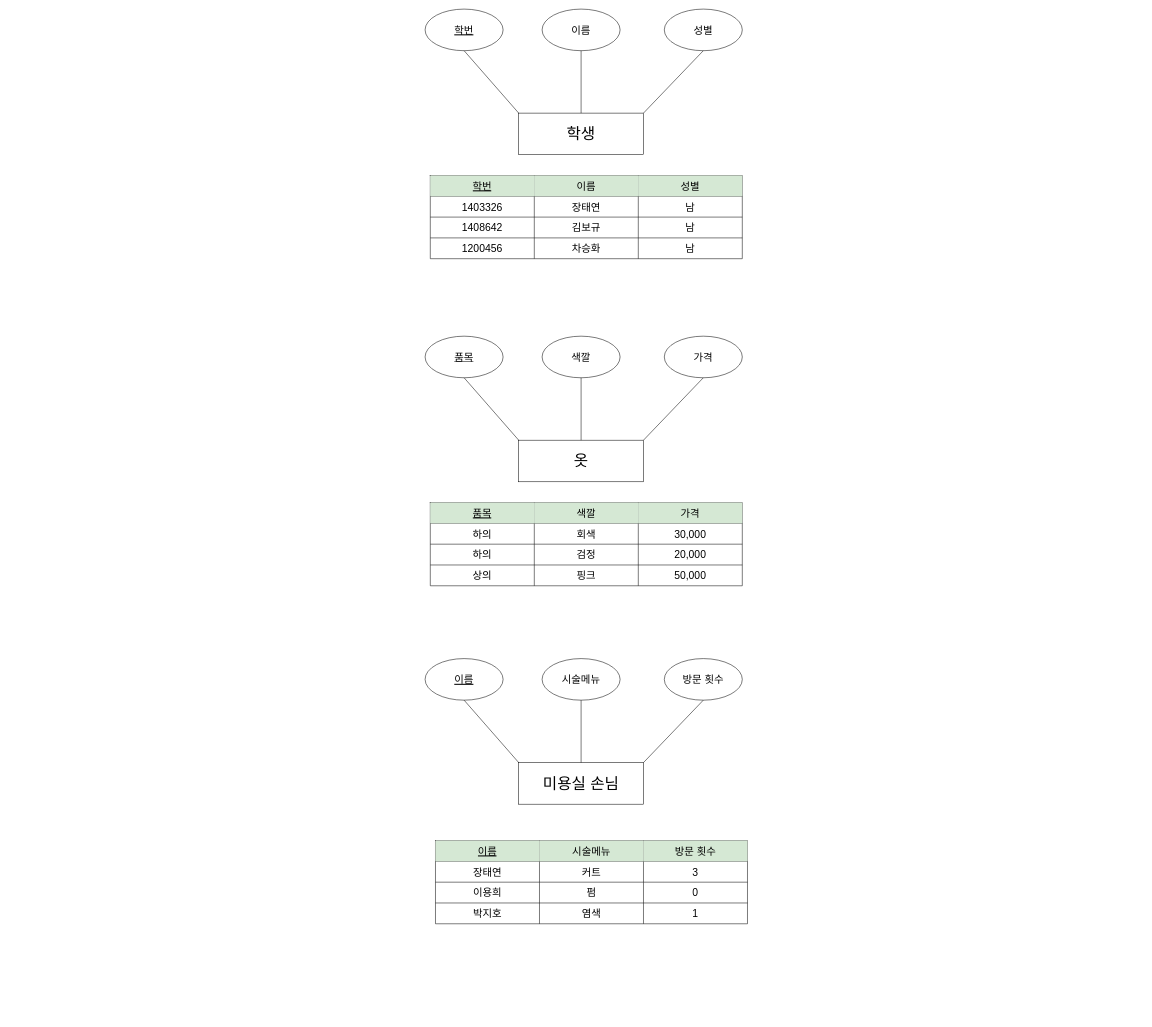
Before: 학생/장태연/태연3.drawio in DongJoonLeeDJ/AI_305_7_20220627, a draw.io diagram. Source tidied: cells renumbered, new cells numbered last; positions are measured from the earlier drawing's top-left corner, leaving out a move shared by most shapes. Both pictures are drawn from the tidied source at 52%, with x=0, y=0 at pixel (425, 9).
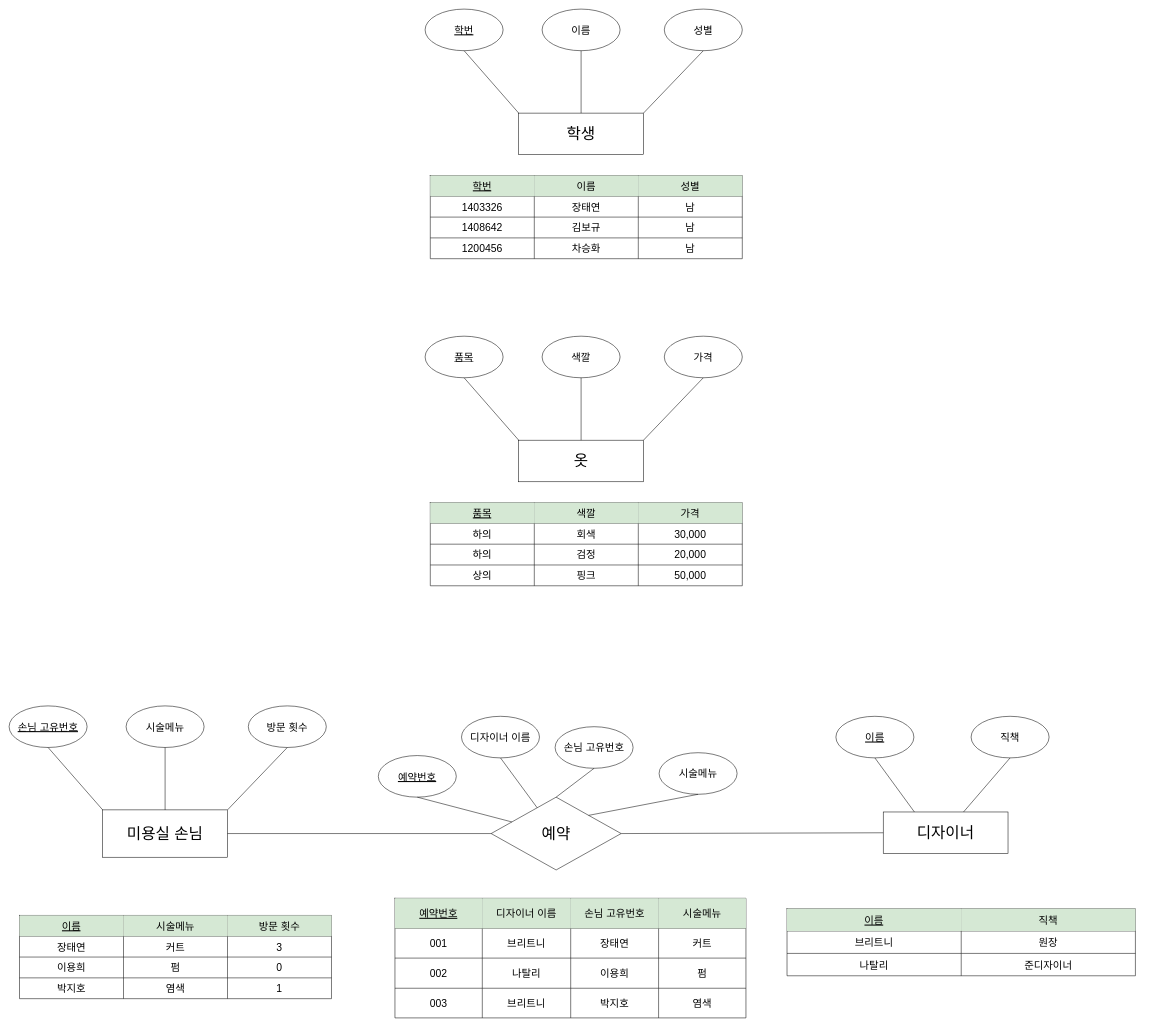
Above is the later version.

What changed in the source:
```diff
@@
     <mxCell id="50" value="&lt;font style=&quot;font-size: 30px;&quot;&gt;미용실 손님&lt;/font&gt;" style="rounded=0;whiteSpace=wrap;html=1;" parent="1" vertex="1">
-      <mxGeometry x="180" y="1449" width="240" height="80" as="geometry" />
+      <mxGeometry x="-620" y="1540" width="240" height="91" as="geometry" />
     </mxCell>
-    <mxCell id="51" value="&lt;font style=&quot;font-size: 20px;&quot;&gt;&lt;u&gt;이름&lt;/u&gt;&lt;/font&gt;" style="ellipse;whiteSpace=wrap;html=1;" parent="1" vertex="1">
-      <mxGeometry y="1249" width="150" height="80" as="geometry" />
+    <mxCell id="51" value="&lt;span style=&quot;font-size: 20px;&quot;&gt;&lt;u&gt;손님 고유번호&lt;/u&gt;&lt;/span&gt;" style="ellipse;whiteSpace=wrap;html=1;" parent="1" vertex="1">
+      <mxGeometry x="-800" y="1340" width="150" height="80" as="geometry" />
     </mxCell>
     <mxCell id="52" value="&lt;font style=&quot;font-size: 20px;&quot;&gt;시술메뉴&lt;/font&gt;" style="ellipse;whiteSpace=wrap;html=1;" parent="1" vertex="1">
-      <mxGeometry x="225" y="1249" width="150" height="80" as="geometry" />
+      <mxGeometry x="-575" y="1340" width="150" height="80" as="geometry" />
     </mxCell>
     <mxCell id="53" value="&lt;span style=&quot;font-size: 20px;&quot;&gt;방문 횟수&lt;/span&gt;" style="ellipse;whiteSpace=wrap;html=1;" parent="1" vertex="1">
-      <mxGeometry x="460" y="1249" width="150" height="80" as="geometry" />
+      <mxGeometry x="-340" y="1340" width="150" height="80" as="geometry" />
     </mxCell>
     <mxCell id="54" style="endArrow=none;html=1;rounded=0;fontSize=20;entryX=0.5;entryY=1;entryDx=0;entryDy=0;" parent="1" edge="1" target="51">
       <mxGeometry relative="1" as="geometry">
-        <mxPoint x="180" y="1449" as="sourcePoint" />
+        <mxPoint x="-620" y="1540" as="sourcePoint" />
       </mxGeometry>
     </mxCell>
     <mxCell id="55" style="endArrow=none;html=1;rounded=0;fontSize=20;entryX=0.5;entryY=1;entryDx=0;entryDy=0;exitX=0.5;exitY=0;exitDx=0;exitDy=0;" parent="1" edge="1" source="50">
       <mxGeometry relative="1" as="geometry">
-        <mxPoint x="300" y="1329" as="targetPoint" />
+        <mxPoint x="-500" y="1420" as="targetPoint" />
       </mxGeometry>
     </mxCell>
@@
     <mxCell id="57" style="shape=table;startSize=0;childLayout=tableLayout;fontSize=20;" parent="1" vertex="1">
-      <mxGeometry x="20" y="1599" width="600" height="160" as="geometry" />
+      <mxGeometry x="-780" y="1743" width="600" height="160" as="geometry" />
     </mxCell>
@@
+    <mxCell id="74" value="&lt;span style=&quot;font-size: 30px;&quot;&gt;디자이너&lt;/span&gt;" style="rounded=0;whiteSpace=wrap;html=1;" parent="1" vertex="1">
+      <mxGeometry x="881" y="1544" width="240" height="80" as="geometry" />
+    </mxCell>
+    <mxCell id="75" value="&lt;font style=&quot;font-size: 20px;&quot;&gt;&lt;u&gt;이름&lt;/u&gt;&lt;/font&gt;" style="ellipse;whiteSpace=wrap;html=1;" parent="1" vertex="1">
+      <mxGeometry x="790" y="1360" width="150" height="80" as="geometry" />
+    </mxCell>
+    <mxCell id="76" value="&lt;font style=&quot;font-size: 30px;&quot;&gt;예약&lt;/font&gt;" style="rhombus;whiteSpace=wrap;html=1;align=center;" parent="1" vertex="1">
+      <mxGeometry x="127" y="1515.5" width="250" height="140" as="geometry" />
+    </mxCell>
+    <mxCell id="77" style="endArrow=none;html=1;rounded=0;fontSize=30;entryX=0;entryY=0.5;entryDx=0;entryDy=0;exitX=1;exitY=0.5;exitDx=0;exitDy=0;" parent="1" edge="1" source="76" target="74">
+      <mxGeometry relative="1" as="geometry" />
+    </mxCell>
+    <mxCell id="78" value="&lt;font style=&quot;font-size: 20px;&quot;&gt;직책&lt;/font&gt;" style="ellipse;whiteSpace=wrap;html=1;" parent="1" vertex="1">
+      <mxGeometry x="1050" y="1360" width="150" height="80" as="geometry" />
+    </mxCell>
+    <mxCell id="79" style="endArrow=none;html=1;rounded=0;fontSize=20;strokeWidth=1;entryX=0.5;entryY=1;entryDx=0;entryDy=0;exitX=0.25;exitY=0;exitDx=0;exitDy=0;" parent="1" edge="1" source="74" target="75">
+      <mxGeometry relative="1" as="geometry" />
+    </mxCell>
+    <mxCell id="80" style="endArrow=none;html=1;rounded=0;fontSize=20;strokeWidth=1;entryX=0.5;entryY=1;entryDx=0;entryDy=0;" parent="1" edge="1" source="74" target="78">
+      <mxGeometry relative="1" as="geometry" />
+    </mxCell>
+    <mxCell id="81" style="shape=table;startSize=0;childLayout=tableLayout;fontSize=20;strokeWidth=1;" parent="1" vertex="1">
+      <mxGeometry x="696" y="1730" width="670" height="129" as="geometry" />
+    </mxCell>
+    <mxCell id="82" style="shape=tableRow;horizontal=0;startSize=0;swimlaneHead=0;swimlaneBody=0;top=0;left=0;bottom=0;right=0;fillColor=none;fontSize=20;strokeWidth=30;" parent="81" vertex="1">
+      <mxGeometry width="670" height="43" as="geometry" />
+    </mxCell>
+    <mxCell id="83" value="&lt;u&gt;이름&lt;/u&gt;" style="shape=partialRectangle;html=1;whiteSpace=wrap;overflow=hidden;fillColor=#d5e8d4;top=0;left=0;bottom=0;right=0;fontSize=20;strokeWidth=30;strokeColor=#82b366;" parent="82" vertex="1">
+      <mxGeometry width="335" height="43" as="geometry" />
+    </mxCell>
+    <mxCell id="84" value="직책" style="shape=partialRectangle;html=1;whiteSpace=wrap;overflow=hidden;fillColor=#d5e8d4;top=0;left=0;bottom=0;right=0;fontSize=20;strokeWidth=30;strokeColor=#82b366;" parent="82" vertex="1">
+      <mxGeometry x="335" width="335" height="43" as="geometry" />
+    </mxCell>
+    <mxCell id="85" style="shape=tableRow;horizontal=0;startSize=0;swimlaneHead=0;swimlaneBody=0;top=0;left=0;bottom=0;right=0;fillColor=none;fontSize=20;strokeWidth=30;" parent="81" vertex="1">
+      <mxGeometry y="43" width="670" height="43" as="geometry" />
+    </mxCell>
+    <mxCell id="86" value="브리트니" style="shape=partialRectangle;html=1;whiteSpace=wrap;overflow=hidden;fillColor=none;top=0;left=0;bottom=0;right=0;fontSize=20;strokeWidth=30;" parent="85" vertex="1">
+      <mxGeometry width="335" height="43" as="geometry" />
+    </mxCell>
+    <mxCell id="87" value="원장" style="shape=partialRectangle;html=1;whiteSpace=wrap;overflow=hidden;fillColor=none;top=0;left=0;bottom=0;right=0;fontSize=20;strokeWidth=30;" parent="85" vertex="1">
+      <mxGeometry x="335" width="335" height="43" as="geometry" />
+    </mxCell>
+    <mxCell id="88" style="shape=tableRow;horizontal=0;startSize=0;swimlaneHead=0;swimlaneBody=0;top=0;left=0;bottom=0;right=0;fillColor=none;fontSize=20;strokeWidth=30;" parent="81" vertex="1">
+      <mxGeometry y="86" width="670" height="43" as="geometry" />
+    </mxCell>
+    <mxCell id="89" value="나탈리" style="shape=partialRectangle;html=1;whiteSpace=wrap;overflow=hidden;fillColor=none;top=0;left=0;bottom=0;right=0;fontSize=20;strokeWidth=30;" parent="88" vertex="1">
+      <mxGeometry width="335" height="43" as="geometry" />
+    </mxCell>
+    <mxCell id="90" value="준디자이너" style="shape=partialRectangle;html=1;whiteSpace=wrap;overflow=hidden;fillColor=none;top=0;left=0;bottom=0;right=0;fontSize=20;strokeWidth=30;" parent="88" vertex="1">
+      <mxGeometry x="335" width="335" height="43" as="geometry" />
+    </mxCell>
+    <mxCell id="91" style="endArrow=none;html=1;rounded=0;fontSize=20;strokeWidth=1;exitX=1;exitY=0.5;exitDx=0;exitDy=0;entryX=0;entryY=0.5;entryDx=0;entryDy=0;" parent="1" edge="1" source="50" target="76">
+      <mxGeometry relative="1" as="geometry" />
+    </mxCell>
+    <mxCell id="92" value="&lt;span style=&quot;font-size: 20px;&quot;&gt;&lt;u&gt;예약번호&lt;/u&gt;&lt;/span&gt;" style="ellipse;whiteSpace=wrap;html=1;" parent="1" vertex="1">
+      <mxGeometry x="-90" y="1435.5" width="150" height="80" as="geometry" />
+    </mxCell>
+    <mxCell id="93" value="&lt;span style=&quot;font-size: 20px;&quot;&gt;손님 고유번호&lt;/span&gt;" style="ellipse;whiteSpace=wrap;html=1;" parent="1" vertex="1">
+      <mxGeometry x="250" y="1380" width="150" height="80" as="geometry" />
+    </mxCell>
+    <mxCell id="94" value="&lt;span style=&quot;font-size: 20px;&quot;&gt;시술메뉴&lt;br&gt;&lt;/span&gt;" style="ellipse;whiteSpace=wrap;html=1;" parent="1" vertex="1">
+      <mxGeometry x="450" y="1430" width="150" height="80" as="geometry" />
+    </mxCell>
+    <mxCell id="95" style="endArrow=none;html=1;rounded=0;fontSize=20;strokeWidth=1;entryX=0.5;entryY=1;entryDx=0;entryDy=0;" parent="1" edge="1" source="76" target="92">
+      <mxGeometry relative="1" as="geometry" />
+    </mxCell>
+    <mxCell id="96" style="endArrow=none;html=1;rounded=0;fontSize=20;strokeWidth=1;entryX=0.5;entryY=1;entryDx=0;entryDy=0;exitX=0.5;exitY=0;exitDx=0;exitDy=0;" parent="1" edge="1" source="76" target="93">
+      <mxGeometry relative="1" as="geometry" />
+    </mxCell>
+    <mxCell id="97" style="endArrow=none;html=1;rounded=0;fontSize=20;strokeWidth=1;entryX=0.5;entryY=1;entryDx=0;entryDy=0;exitX=1;exitY=0;exitDx=0;exitDy=0;" parent="1" edge="1" source="76" target="94">
+      <mxGeometry relative="1" as="geometry" />
+    </mxCell>
+    <mxCell id="98" value="&lt;span style=&quot;font-size: 20px;&quot;&gt;디자이너 이름&lt;/span&gt;" style="ellipse;whiteSpace=wrap;html=1;" parent="1" vertex="1">
+      <mxGeometry x="70" y="1360" width="150" height="80" as="geometry" />
+    </mxCell>
+    <mxCell id="99" style="endArrow=none;html=1;rounded=0;fontSize=20;strokeWidth=1;entryX=0.5;entryY=1;entryDx=0;entryDy=0;" parent="1" edge="1" source="76" target="98">
+      <mxGeometry relative="1" as="geometry" />
+    </mxCell>
+    <mxCell id="100" style="shape=table;startSize=0;childLayout=tableLayout;fontSize=20;strokeWidth=1;" parent="1" vertex="1">
+      <mxGeometry x="-58" y="1710" width="675" height="230" as="geometry" />
+    </mxCell>
+    <mxCell id="101" style="shape=tableRow;horizontal=0;startSize=0;swimlaneHead=0;swimlaneBody=0;top=0;left=0;bottom=0;right=0;fillColor=none;fontSize=20;strokeWidth=1;" parent="100" vertex="1">
+      <mxGeometry width="675" height="58" as="geometry" />
+    </mxCell>
+    <mxCell id="102" value="&lt;u&gt;예약번호&lt;/u&gt;" style="shape=partialRectangle;html=1;whiteSpace=wrap;overflow=hidden;fillColor=#d5e8d4;top=0;left=0;bottom=0;right=0;fontSize=20;strokeWidth=1;strokeColor=#82b366;" parent="101" vertex="1">
+      <mxGeometry width="168" height="58" as="geometry" />
+    </mxCell>
+    <mxCell id="103" value="디자이너 이름" style="shape=partialRectangle;html=1;whiteSpace=wrap;overflow=hidden;fillColor=#d5e8d4;top=0;left=0;bottom=0;right=0;fontSize=20;strokeWidth=1;strokeColor=#82b366;" parent="101" vertex="1">
+      <mxGeometry x="168" width="170" height="58" as="geometry" />
+    </mxCell>
+    <mxCell id="104" value="손님 고유번호" style="shape=partialRectangle;html=1;whiteSpace=wrap;overflow=hidden;fillColor=#d5e8d4;top=0;left=0;bottom=0;right=0;fontSize=20;strokeWidth=1;strokeColor=#82b366;" parent="101" vertex="1">
+      <mxGeometry x="338" width="169" height="58" as="geometry" />
+    </mxCell>
+    <mxCell id="105" value="시술메뉴" style="shape=partialRectangle;html=1;whiteSpace=wrap;overflow=hidden;fillColor=#d5e8d4;top=0;left=0;bottom=0;right=0;fontSize=20;strokeWidth=1;strokeColor=#82b366;" parent="101" vertex="1">
+      <mxGeometry x="507" width="168" height="58" as="geometry" />
+    </mxCell>
+    <mxCell id="106" style="shape=tableRow;horizontal=0;startSize=0;swimlaneHead=0;swimlaneBody=0;top=0;left=0;bottom=0;right=0;fillColor=none;fontSize=20;strokeWidth=1;" parent="100" vertex="1">
+      <mxGeometry y="58" width="675" height="57" as="geometry" />
+    </mxCell>
+    <mxCell id="107" value="001" style="shape=partialRectangle;html=1;whiteSpace=wrap;overflow=hidden;fillColor=none;top=0;left=0;bottom=0;right=0;fontSize=20;strokeWidth=1;" parent="106" vertex="1">
+      <mxGeometry width="168" height="57" as="geometry" />
+    </mxCell>
+    <mxCell id="108" value="브리트니" style="shape=partialRectangle;html=1;whiteSpace=wrap;overflow=hidden;fillColor=none;top=0;left=0;bottom=0;right=0;fontSize=20;strokeWidth=1;" parent="106" vertex="1">
+      <mxGeometry x="168" width="170" height="57" as="geometry" />
+    </mxCell>
+    <mxCell id="109" value="장태연" style="shape=partialRectangle;html=1;whiteSpace=wrap;overflow=hidden;fillColor=none;top=0;left=0;bottom=0;right=0;fontSize=20;strokeWidth=1;" parent="106" vertex="1">
+      <mxGeometry x="338" width="169" height="57" as="geometry" />
+    </mxCell>
+    <mxCell id="110" value="커트" style="shape=partialRectangle;html=1;whiteSpace=wrap;overflow=hidden;fillColor=none;top=0;left=0;bottom=0;right=0;fontSize=20;strokeWidth=1;" parent="106" vertex="1">
+      <mxGeometry x="507" width="168" height="57" as="geometry" />
+    </mxCell>
+    <mxCell id="111" style="shape=tableRow;horizontal=0;startSize=0;swimlaneHead=0;swimlaneBody=0;top=0;left=0;bottom=0;right=0;fillColor=none;fontSize=20;strokeWidth=1;" parent="100" vertex="1">
+      <mxGeometry y="115" width="675" height="58" as="geometry" />
+    </mxCell>
+    <mxCell id="112" value="002" style="shape=partialRectangle;html=1;whiteSpace=wrap;overflow=hidden;fillColor=none;top=0;left=0;bottom=0;right=0;fontSize=20;strokeWidth=1;" parent="111" vertex="1">
+      <mxGeometry width="168" height="58" as="geometry" />
+    </mxCell>
+    <mxCell id="113" value="나탈리" style="shape=partialRectangle;html=1;whiteSpace=wrap;overflow=hidden;fillColor=none;top=0;left=0;bottom=0;right=0;fontSize=20;strokeWidth=1;" parent="111" vertex="1">
+      <mxGeometry x="168" width="170" height="58" as="geometry" />
+    </mxCell>
+    <mxCell id="114" value="이용희" style="shape=partialRectangle;html=1;whiteSpace=wrap;overflow=hidden;fillColor=none;top=0;left=0;bottom=0;right=0;fontSize=20;strokeWidth=1;" parent="111" vertex="1">
+      <mxGeometry x="338" width="169" height="58" as="geometry" />
+    </mxCell>
+    <mxCell id="115" value="펌" style="shape=partialRectangle;html=1;whiteSpace=wrap;overflow=hidden;fillColor=none;top=0;left=0;bottom=0;right=0;fontSize=20;strokeWidth=1;" parent="111" vertex="1">
+      <mxGeometry x="507" width="168" height="58" as="geometry" />
+    </mxCell>
+    <mxCell id="116" style="shape=tableRow;horizontal=0;startSize=0;swimlaneHead=0;swimlaneBody=0;top=0;left=0;bottom=0;right=0;fillColor=none;fontSize=20;strokeWidth=1;" parent="100" vertex="1">
+      <mxGeometry y="173" width="675" height="57" as="geometry" />
+    </mxCell>
+    <mxCell id="117" value="003" style="shape=partialRectangle;html=1;whiteSpace=wrap;overflow=hidden;fillColor=none;top=0;left=0;bottom=0;right=0;fontSize=20;strokeWidth=1;" parent="116" vertex="1">
+      <mxGeometry width="168" height="57" as="geometry" />
+    </mxCell>
+    <mxCell id="118" value="브리트니" style="shape=partialRectangle;html=1;whiteSpace=wrap;overflow=hidden;fillColor=none;top=0;left=0;bottom=0;right=0;fontSize=20;strokeWidth=1;" parent="116" vertex="1">
+      <mxGeometry x="168" width="170" height="57" as="geometry" />
+    </mxCell>
+    <mxCell id="119" value="박지호" style="shape=partialRectangle;html=1;whiteSpace=wrap;overflow=hidden;fillColor=none;top=0;left=0;bottom=0;right=0;fontSize=20;strokeWidth=1;" parent="116" vertex="1">
+      <mxGeometry x="338" width="169" height="57" as="geometry" />
+    </mxCell>
+    <mxCell id="120" value="염색" style="shape=partialRectangle;html=1;whiteSpace=wrap;overflow=hidden;fillColor=none;top=0;left=0;bottom=0;right=0;fontSize=20;strokeWidth=1;" parent="116" vertex="1">
+      <mxGeometry x="507" width="168" height="57" as="geometry" />
+    </mxCell>
```
